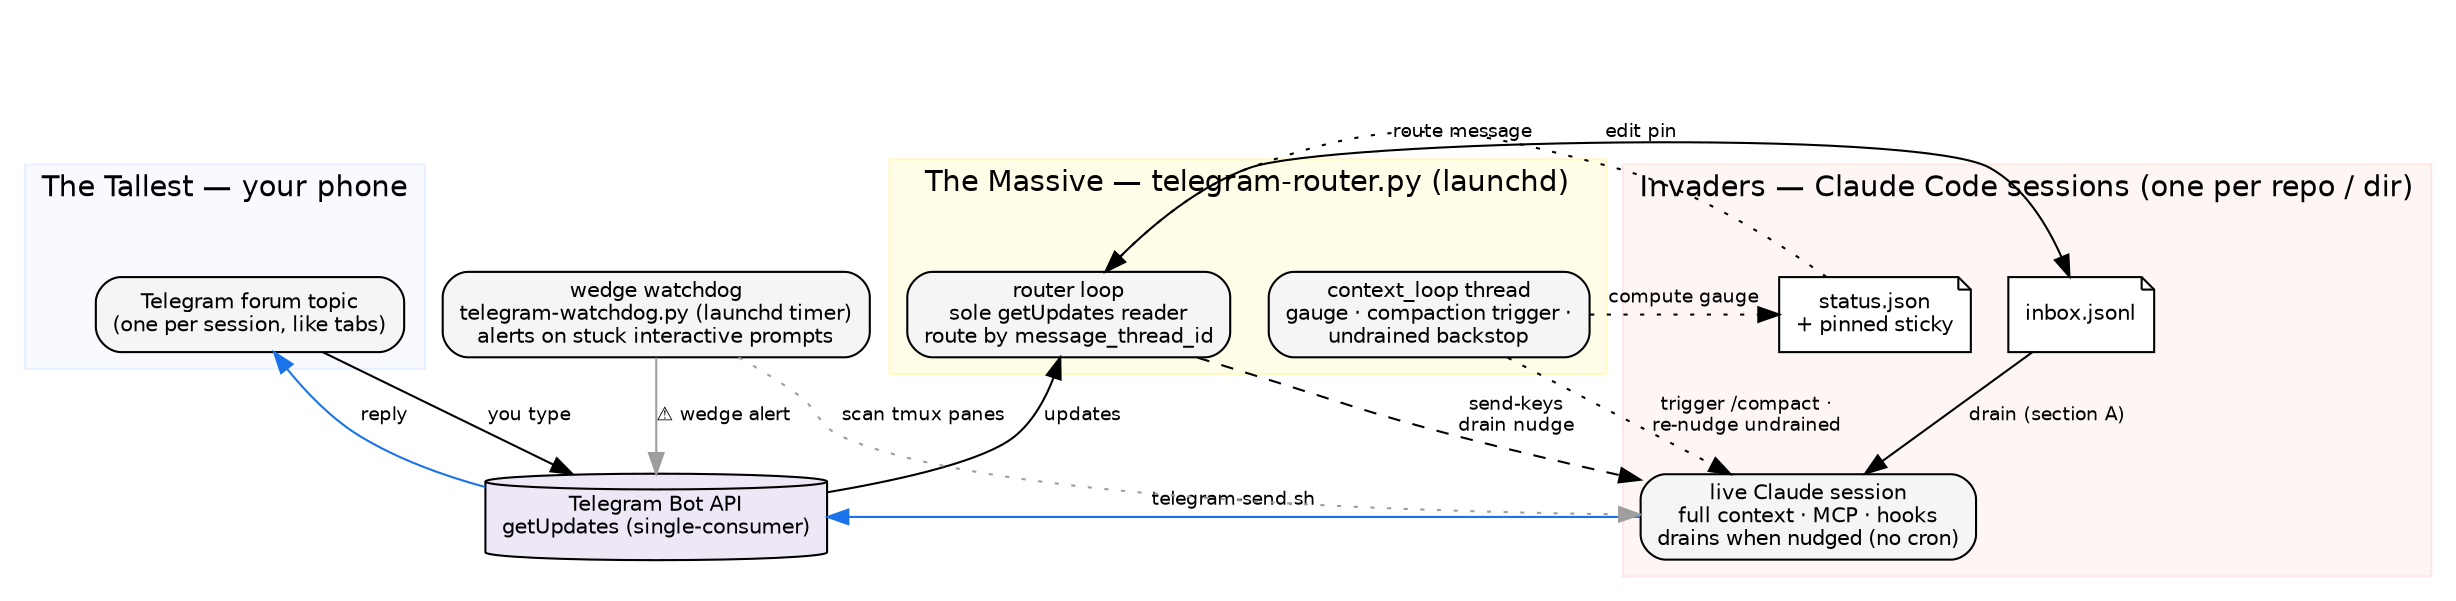
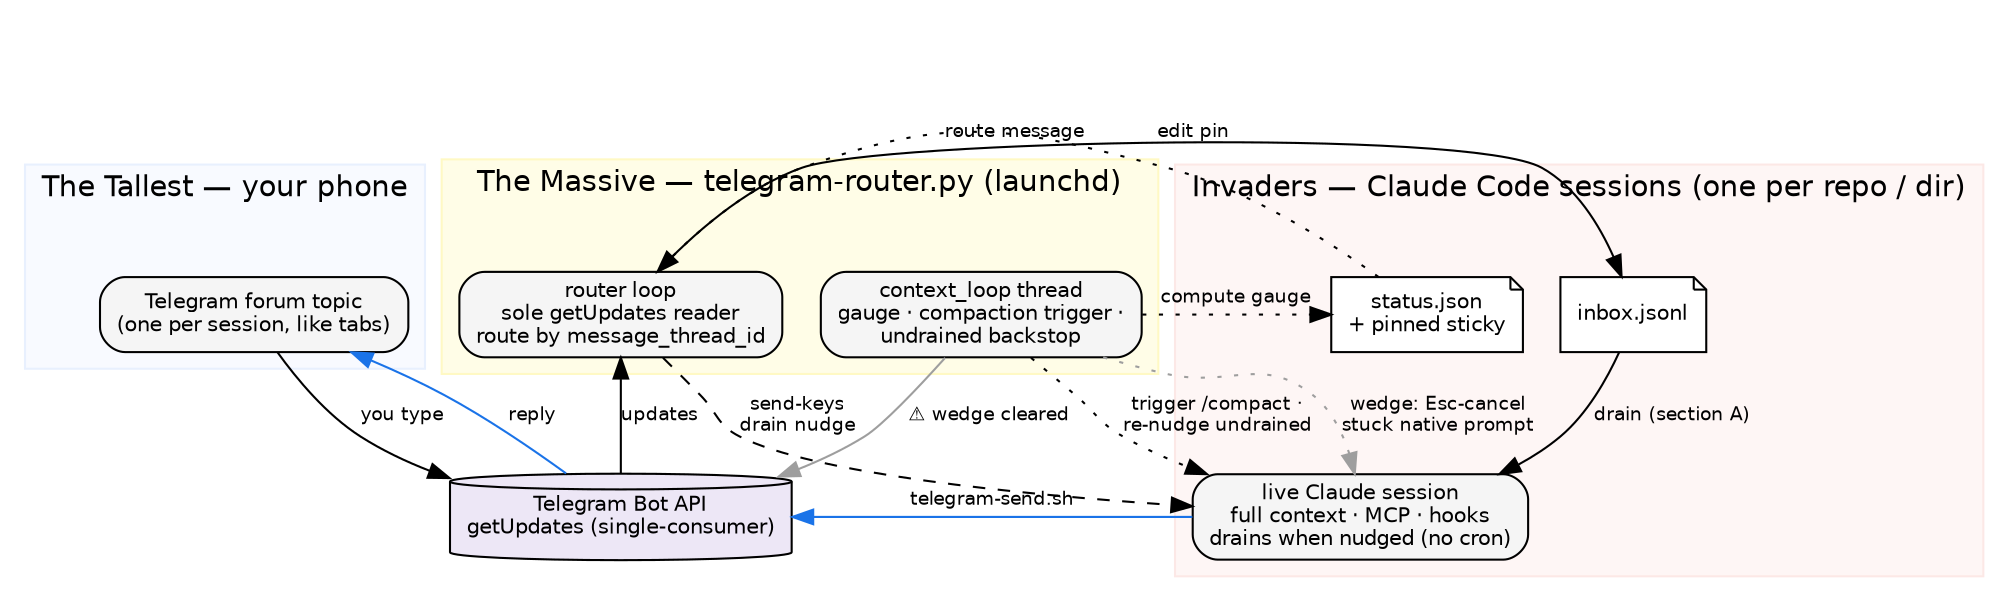
// System Architecture
// The smart-router / dumb-session topology: the phone, the one router daemon
- // (the Massive) that owns all timing, the sessions it routes to (Invaders), and
- // the out-of-band watchdog. Zim vocabulary matches the README.
+ // (the Massive) that owns all timing, and the sessions it routes to (Invaders).
+ // Wedge auto-clear lives in the router's context_loop. Zim vocabulary matches
+ // the README.
//
// Render: dot -Tsvg system-architecture.dot -o system-architecture.svg

digraph system_architecture {
    rankdir=TB;
    fontname="Helvetica";
    node [fontname="Helvetica", fontsize=10, shape=box, style="rounded,filled", fillcolor="#f5f5f5"];
    edge [fontname="Helvetica", fontsize=9];
    compound=true;

    subgraph cluster_orbit {
        label="The Tallest — your phone";
        style=filled;
        color="#e8f0fe";
        fillcolor="#f8faff";

        TOPIC [label="Telegram forum topic\n(one per session, like tabs)"];
    }

    TG [label="Telegram Bot API\ngetUpdates (single-consumer)", shape=cylinder, fillcolor="#ede7f6"];

    subgraph cluster_massive {
        label="The Massive — telegram-router.py (launchd)";
        style=filled;
        color="#fff9c4";
        fillcolor="#fffde7";

        ROUTER  [label="router loop\nsole getUpdates reader\nroute by message_thread_id"];
        CTX     [label="context_loop thread\ngauge · compaction trigger ·\nundrained backstop"];
    }

    subgraph cluster_planet {
        label="Invaders — Claude Code sessions (one per repo / dir)";
        style=filled;
        color="#fce8e6";
        fillcolor="#fef6f5";

        INBOX   [label="inbox.jsonl", shape=note, fillcolor="#ffffff"];
        SESSION [label="live Claude session\nfull context · MCP · hooks\ndrains when nudged (no cron)"];
        STATUS  [label="status.json\n+ pinned sticky", shape=note, fillcolor="#ffffff"];
    }

-     WATCHDOG [label="wedge watchdog\ntelegram-watchdog.py (launchd timer)\nalerts on stuck interactive prompts"];
- 
    // Inbound transmission
    TOPIC -> TG          [label="you type"];
    TG -> ROUTER         [label="updates"];
    ROUTER -> INBOX      [label="route message"];
    ROUTER -> SESSION    [label="send-keys\ndrain nudge", style=dashed];

    // Session processing + reply
    INBOX -> SESSION     [label="drain (section A)"];
    SESSION -> TG        [label="telegram-send.sh", color="#1a73e8"];
    TG -> TOPIC          [label="reply", color="#1a73e8"];

    // Out-of-band timing, off the getUpdates path
    CTX -> STATUS        [label="compute gauge", style=dotted];
    CTX -> SESSION       [label="trigger /compact ·\nre-nudge undrained", style=dotted];
    STATUS -> ROUTER     [label="edit pin", style=dotted];

-     // Safety net
-     WATCHDOG -> SESSION  [label="scan tmux panes", style=dotted, color="#9e9e9e"];
-     WATCHDOG -> TG       [label="⚠️ wedge alert", color="#9e9e9e"];
+     // Safety net: wedge auto-clear (bridged panes only, Esc-cancel)
+     CTX -> SESSION       [label="wedge: Esc-cancel\nstuck native prompt", style=dotted, color="#9e9e9e"];
+     CTX -> TG            [label="⚠️ wedge cleared", color="#9e9e9e"];
}
